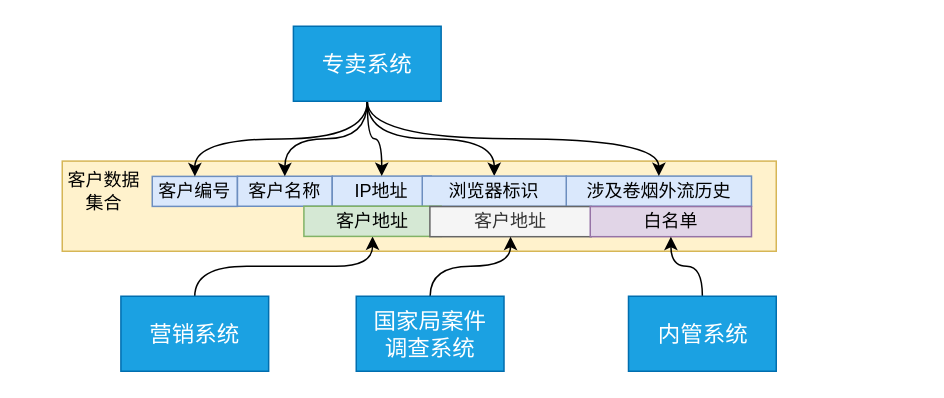
1009351456/Anonymous keeps this draw.io diagram as page "数据导入" (7 of 9) of 大户模块和接口.drawio. Above is the earlier version. Source tidied: cells renumbered, new cells numbered last; positions are measured from the earlier drawing's top-left corner, leaving out a move shared by most shapes. Both pictures are drawn from the tidied source at 150%, with x=0, y=0 at pixel (56, 26).
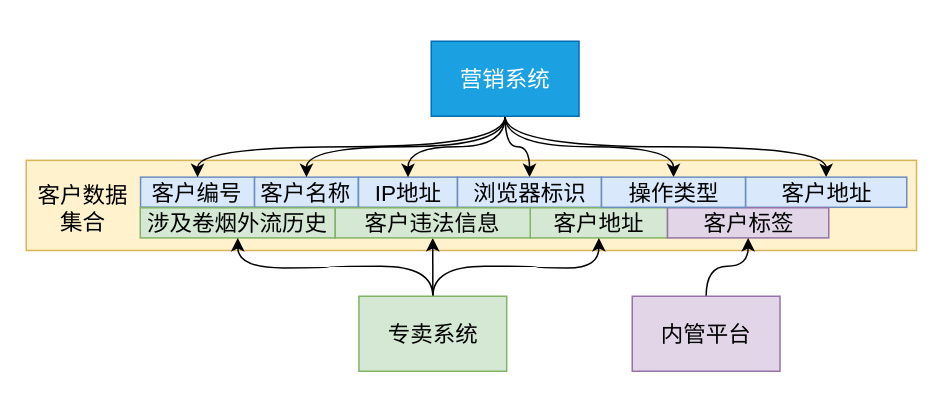
The same diagram, later.

The edit, as a diff of the source:
```diff
@@
-    <mxCell id="2" style="rounded=0;whiteSpace=wrap;html=1;fillColor=#fff2cc;strokeColor=#d6b656;" parent="1" vertex="1">
-      <mxGeometry x="4" y="89.9" width="476" height="60.1" as="geometry" />
+    <mxCell id="2" style="rounded=0;whiteSpace=wrap;html=1;fillColor=#fff2cc;strokeColor=#d6b656;fontSize=15;" parent="1" vertex="1">
+      <mxGeometry x="-20" y="89.4" width="593.5" height="60.1" as="geometry" />
     </mxCell>
-    <mxCell id="3" value="客户数据&lt;br&gt;集合" style="text;html=1;strokeColor=none;fillColor=none;align=center;verticalAlign=middle;whiteSpace=wrap;rounded=0;" parent="1" vertex="1">
-      <mxGeometry y="90.2" width="64" height="39.9" as="geometry" />
+    <mxCell id="3" value="客户数据&lt;br style=&quot;font-size: 15px;&quot;&gt;集合" style="text;html=1;strokeColor=none;fillColor=none;align=center;verticalAlign=middle;whiteSpace=wrap;rounded=0;fontSize=15;" parent="1" vertex="1">
+      <mxGeometry x="-20" y="101.2" width="76" height="39.9" as="geometry" />
     </mxCell>
-    <mxCell id="4" value="客户编号" style="rounded=0;whiteSpace=wrap;html=1;fillColor=#dae8fc;strokeColor=#6c8ebf;" parent="1" vertex="1">
-      <mxGeometry x="64" y="100.1" width="56.8" height="20" as="geometry" />
+    <mxCell id="4" value="客户编号" style="rounded=0;whiteSpace=wrap;html=1;fillColor=#dae8fc;strokeColor=#6c8ebf;fontSize=15;" parent="1" vertex="1">
+      <mxGeometry x="56.2" y="100.6" width="76" height="20" as="geometry" />
     </mxCell>
-    <mxCell id="5" value="客户名称" style="rounded=0;whiteSpace=wrap;html=1;fillColor=#dae8fc;strokeColor=#6c8ebf;" parent="1" vertex="1">
-      <mxGeometry x="120.8" y="100" width="63.2" height="20" as="geometry" />
+    <mxCell id="5" value="客户名称" style="rounded=0;whiteSpace=wrap;html=1;fillColor=#dae8fc;strokeColor=#6c8ebf;fontSize=15;" parent="1" vertex="1">
+      <mxGeometry x="132.2" y="100.6" width="69.2" height="20" as="geometry" />
     </mxCell>
-    <mxCell id="6" value="IP地址" style="rounded=0;whiteSpace=wrap;html=1;fillColor=#dae8fc;strokeColor=#6c8ebf;" parent="1" vertex="1">
-      <mxGeometry x="184" y="99.9" width="66" height="20.1" as="geometry" />
+    <mxCell id="6" value="IP地址" style="rounded=0;whiteSpace=wrap;html=1;fillColor=#dae8fc;strokeColor=#6c8ebf;fontSize=15;" parent="1" vertex="1">
+      <mxGeometry x="201.5" y="100.6" width="66" height="20.1" as="geometry" />
     </mxCell>
-    <mxCell id="7" value="涉及卷烟外流历史" style="rounded=0;whiteSpace=wrap;html=1;fillColor=#dae8fc;strokeColor=#6c8ebf;" parent="1" vertex="1">
-      <mxGeometry x="340" y="99.9" width="123.5" height="20.1" as="geometry" />
+    <mxCell id="7" value="涉及卷烟外流历史" style="rounded=0;whiteSpace=wrap;html=1;fillColor=#d5e8d4;strokeColor=#82b366;fontSize=15;" parent="1" vertex="1">
+      <mxGeometry x="56" y="121" width="130" height="20.1" as="geometry" />
     </mxCell>
@@
-    <mxCell id="12" style="edgeStyle=orthogonalEdgeStyle;curved=1;rounded=0;jettySize=auto;html=1;exitX=0.5;exitY=1;exitDx=0;exitDy=0;entryX=0.5;entryY=0;entryDx=0;entryDy=0;" parent="1" edge="1" source="13" target="7">
-      <mxGeometry relative="1" as="geometry" />
-    </mxCell>
+    <mxCell id="24" style="edgeStyle=orthogonalEdgeStyle;curved=1;rounded=0;jettySize=auto;html=1;exitX=0.5;exitY=1;exitDx=0;exitDy=0;entryX=0.5;entryY=0;entryDx=0;entryDy=0;fontSize=15;" parent="1" edge="1" source="13" target="30">
+      <mxGeometry relative="1" as="geometry" />
+    </mxCell>
+    <mxCell id="25" style="edgeStyle=orthogonalEdgeStyle;curved=1;rounded=0;jettySize=auto;html=1;exitX=0.5;exitY=1;exitDx=0;exitDy=0;entryX=0.5;entryY=0;entryDx=0;entryDy=0;fontSize=15;" parent="1" edge="1" source="13" target="18">
+      <mxGeometry relative="1" as="geometry" />
+    </mxCell>
-    <mxCell id="13" value="专卖系统" style="rounded=0;whiteSpace=wrap;html=1;fillColor=#1ba1e2;strokeColor=#006EAF;fontColor=#ffffff;fontStyle=0;fontSize=15;" parent="1" vertex="1">
-      <mxGeometry x="158.1" width="98.5" height="50" as="geometry" />
+    <mxCell id="13" value="营销系统" style="rounded=0;whiteSpace=wrap;html=1;fillColor=#1ba1e2;strokeColor=#006EAF;fontColor=#ffffff;fontStyle=0;fontSize=15;" parent="1" vertex="1">
+      <mxGeometry x="250" y="10" width="98.5" height="50" as="geometry" />
     </mxCell>
-    <mxCell id="14" value="浏览器标识" style="rounded=0;whiteSpace=wrap;html=1;fillColor=#dae8fc;strokeColor=#6c8ebf;" parent="1" vertex="1">
-      <mxGeometry x="244" y="99.9" width="96" height="20.1" as="geometry" />
+    <mxCell id="14" value="浏览器标识" style="rounded=0;whiteSpace=wrap;html=1;fillColor=#dae8fc;strokeColor=#6c8ebf;fontSize=15;" parent="1" vertex="1">
+      <mxGeometry x="267.5" y="100.6" width="96" height="20.1" as="geometry" />
     </mxCell>
-    <mxCell id="15" style="edgeStyle=orthogonalEdgeStyle;curved=1;rounded=0;jettySize=auto;html=1;exitX=0.5;exitY=0;exitDx=0;exitDy=0;entryX=0.5;entryY=1;entryDx=0;entryDy=0;" parent="1" edge="1" source="16" target="17">
-      <mxGeometry relative="1" as="geometry" />
-    </mxCell>
-    <mxCell id="16" value="营销系统" style="rounded=0;whiteSpace=wrap;html=1;fillColor=#1ba1e2;strokeColor=#006EAF;fontColor=#ffffff;fontStyle=0;fontSize=15;" parent="1" vertex="1">
-      <mxGeometry x="43.1" y="180" width="98.5" height="50" as="geometry" />
-    </mxCell>
-    <mxCell id="17" value="客户地址" style="rounded=0;whiteSpace=wrap;html=1;fillColor=#d5e8d4;strokeColor=#82b366;" parent="1" vertex="1">
-      <mxGeometry x="165.1" y="120" width="91.5" height="20.1" as="geometry" />
+    <mxCell id="17" value="客户地址" style="rounded=0;whiteSpace=wrap;html=1;fillColor=#d5e8d4;strokeColor=#82b366;fontSize=15;" parent="1" vertex="1">
+      <mxGeometry x="316" y="121" width="91.5" height="20.1" as="geometry" />
     </mxCell>
-    <mxCell id="18" value="客户地址" style="rounded=0;whiteSpace=wrap;html=1;fillColor=#f5f5f5;strokeColor=#666666;fontColor=#333333;" parent="1" vertex="1">
-      <mxGeometry x="249.1" y="120.2" width="107.5" height="20.1" as="geometry" />
+    <mxCell id="18" value="客户地址" style="rounded=0;whiteSpace=wrap;html=1;fillColor=#dae8fc;strokeColor=#6c8ebf;fontSize=15;" parent="1" vertex="1">
+      <mxGeometry x="459.5" y="100.6" width="107.5" height="20.1" as="geometry" />
     </mxCell>
-    <mxCell id="19" style="edgeStyle=orthogonalEdgeStyle;curved=1;rounded=0;jettySize=auto;html=1;exitX=0.5;exitY=0;exitDx=0;exitDy=0;entryX=0.5;entryY=1;entryDx=0;entryDy=0;" parent="1" edge="1" source="20" target="18">
-      <mxGeometry relative="1" as="geometry" />
-    </mxCell>
-    <mxCell id="20" value="国家局案件&lt;br style=&quot;font-size: 15px;&quot;&gt;调查系统" style="rounded=0;whiteSpace=wrap;html=1;fillColor=#1ba1e2;strokeColor=#006EAF;fontColor=#ffffff;fontStyle=0;fontSize=15;" parent="1" vertex="1">
-      <mxGeometry x="200" y="180" width="98.5" height="50" as="geometry" />
-    </mxCell>
-    <mxCell id="21" value="白名单" style="rounded=0;whiteSpace=wrap;html=1;fillColor=#e1d5e7;strokeColor=#9673a6;" parent="1" vertex="1">
-      <mxGeometry x="356" y="120.2" width="107.5" height="20.1" as="geometry" />
+    <mxCell id="21" value="客户标签" style="rounded=0;whiteSpace=wrap;html=1;fillColor=#e1d5e7;strokeColor=#9673a6;fontSize=15;" parent="1" vertex="1">
+      <mxGeometry x="407.5" y="121" width="107.5" height="20.1" as="geometry" />
     </mxCell>
@@
-    <mxCell id="23" value="内管系统" style="rounded=0;whiteSpace=wrap;html=1;fillColor=#1ba1e2;strokeColor=#006EAF;fontColor=#ffffff;fontStyle=0;fontSize=15;" parent="1" vertex="1">
-      <mxGeometry x="381.5" y="180" width="98.5" height="50" as="geometry" />
+    <mxCell id="23" value="内管平台" style="rounded=0;whiteSpace=wrap;html=1;fillColor=#e1d5e7;strokeColor=#9673a6;fontStyle=0;fontSize=15;" parent="1" vertex="1">
+      <mxGeometry x="384" y="180" width="98.5" height="50" as="geometry" />
     </mxCell>
+    <mxCell id="26" style="edgeStyle=orthogonalEdgeStyle;curved=1;rounded=0;jettySize=auto;html=1;exitX=0.5;exitY=0;exitDx=0;exitDy=0;entryX=0.5;entryY=1;entryDx=0;entryDy=0;fontSize=15;" parent="1" edge="1" source="29" target="7">
+      <mxGeometry relative="1" as="geometry" />
+    </mxCell>
+    <mxCell id="27" style="edgeStyle=orthogonalEdgeStyle;curved=1;rounded=0;jettySize=auto;html=1;exitX=0.5;exitY=0;exitDx=0;exitDy=0;entryX=0.5;entryY=1;entryDx=0;entryDy=0;fontSize=15;" parent="1" edge="1" source="29" target="31">
+      <mxGeometry relative="1" as="geometry" />
+    </mxCell>
+    <mxCell id="28" style="edgeStyle=orthogonalEdgeStyle;curved=1;rounded=0;jettySize=auto;html=1;exitX=0.5;exitY=0;exitDx=0;exitDy=0;entryX=0.5;entryY=1;entryDx=0;entryDy=0;fontSize=15;" parent="1" edge="1" source="29" target="17">
+      <mxGeometry relative="1" as="geometry" />
+    </mxCell>
+    <mxCell id="29" value="专卖系统" style="rounded=0;whiteSpace=wrap;html=1;fillColor=#d5e8d4;strokeColor=#82b366;fontStyle=0;fontSize=15;" parent="1" vertex="1">
+      <mxGeometry x="201.8" y="180" width="98.5" height="50" as="geometry" />
+    </mxCell>
+    <mxCell id="30" value="操作类型" style="rounded=0;whiteSpace=wrap;html=1;fillColor=#dae8fc;strokeColor=#6c8ebf;fontSize=15;" parent="1" vertex="1">
+      <mxGeometry x="363.5" y="100.6" width="96" height="20.1" as="geometry" />
+    </mxCell>
+    <mxCell id="31" value="客户违法信息" style="rounded=0;whiteSpace=wrap;html=1;fillColor=#d5e8d4;strokeColor=#82b366;fontSize=15;" parent="1" vertex="1">
+      <mxGeometry x="186" y="121" width="130" height="20.1" as="geometry" />
+    </mxCell>
```
